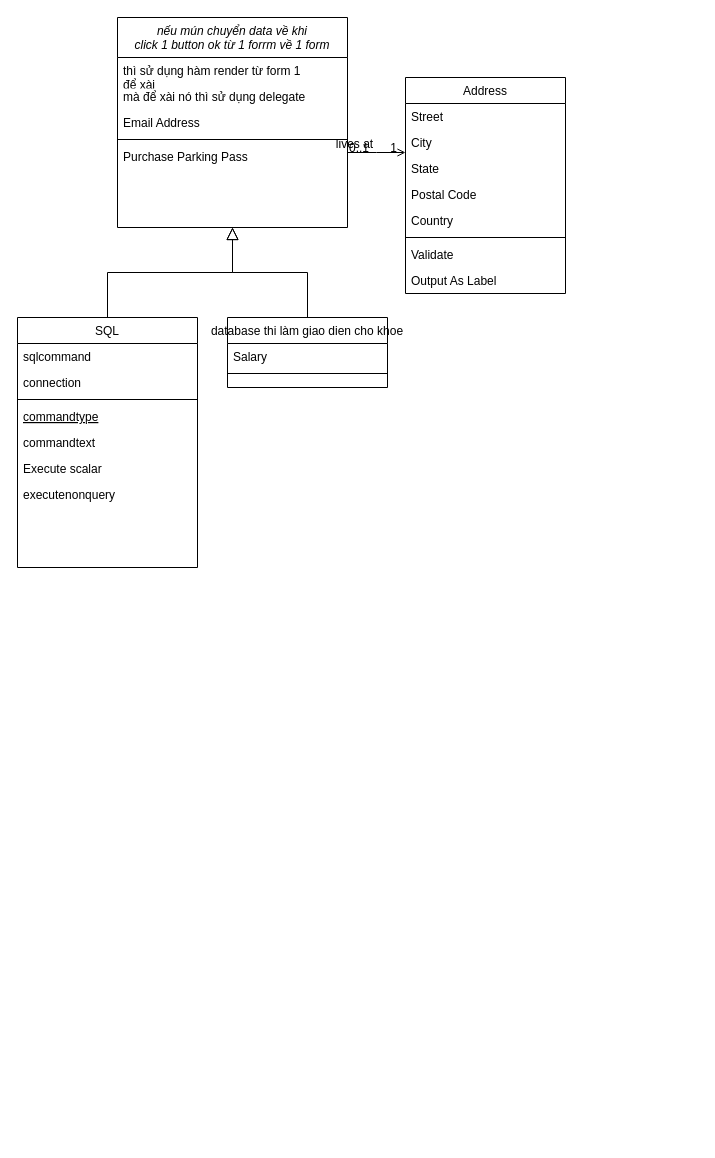
Above: Biểu đồ không có tiêu đề.drawio in nate-q-136/Huong-Dan-Lam-Web (draw.io), before the change. Source tidied: cells renumbered, new cells numbered last; positions are measured from the earlier drawing's top-left corner, leaving out a move shared by most shapes. Both pictures are drawn from the tidied source at 100%, with x=0, y=0 at pixel (17, 17).
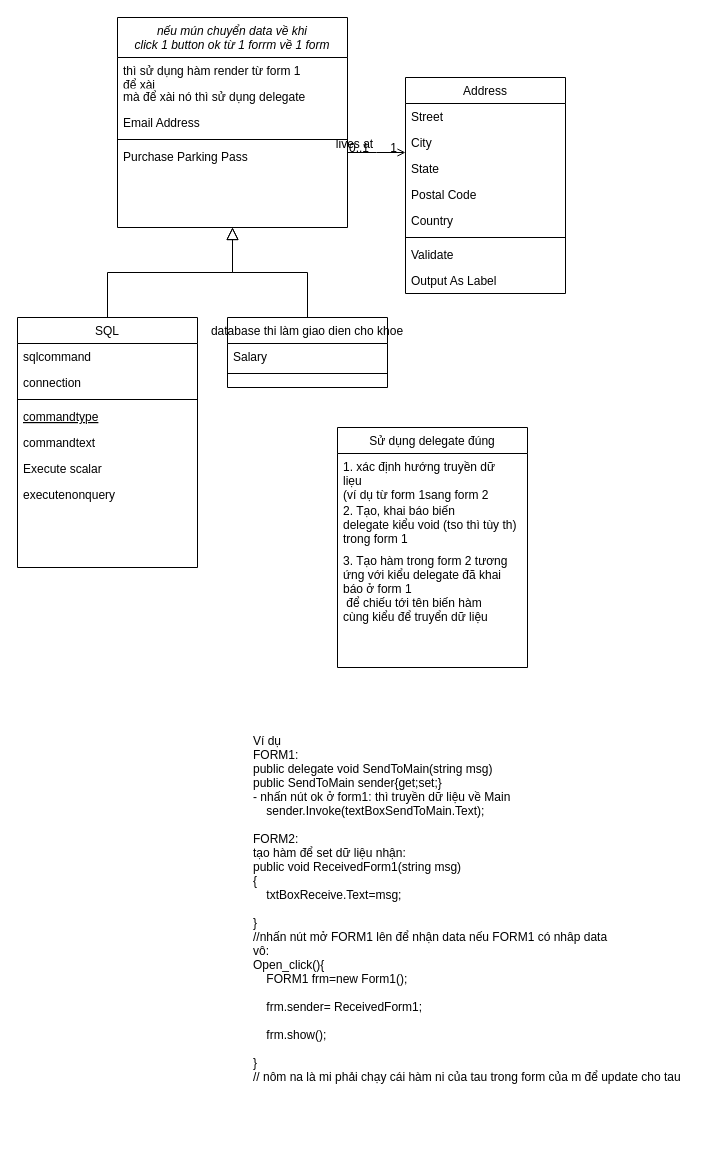
Above is the later version.

Commit message:
Cập nhật Biểu đồ không có tiêu đề.drawio

The edit, as a diff of the source:
```diff
@@
+    <mxCell id="34" value="Sử dụng delegate đúng" style="swimlane;fontStyle=0;align=center;verticalAlign=top;horizontal=1;startSize=26;rounded=0;shadow=0;strokeWidth=1;" parent="1" vertex="1">
+      <mxGeometry x="320" y="410" width="190" height="240" as="geometry" />
+    </mxCell>
+    <mxCell id="35" value="1. xác định hướng truyền dữ &#10;liẹu&#10;(ví dụ từ form 1sang form 2" style="text;align=left;verticalAlign=top;spacingLeft=4;spacingRight=4;overflow=hidden;" parent="34" vertex="1">
+      <mxGeometry y="26" width="190" height="44" as="geometry" />
+    </mxCell>
+    <mxCell id="36" value="2. Tạo, khai báo biến&#10;delegate kiểu void (tso thì tùy th)&#10;trong form 1" style="text;align=left;verticalAlign=top;spacingLeft=4;spacingRight=4;overflow=hidden;" parent="34" vertex="1">
+      <mxGeometry y="70" width="190" height="50" as="geometry" />
+    </mxCell>
+    <mxCell id="37" value="3. Tạo hàm trong form 2 tương &#10;ứng với kiểu delegate đã khai&#10;báo ở form 1&#10; để chiếu tới tên biến hàm &#10;cùng kiểu để truyển dữ liệu" style="text;align=left;verticalAlign=top;spacingLeft=4;spacingRight=4;overflow=hidden;" parent="34" vertex="1">
+      <mxGeometry y="120" width="190" height="116" as="geometry" />
+    </mxCell>
+    <mxCell id="38" value="Ví dụ&#10;FORM1:&#10;public delegate void SendToMain(string msg)&#10;public SendToMain sender{get;set;}&#10;- nhấn nút ok ở form1: thì truyền dữ liệu về Main&#10;    sender.Invoke(textBoxSendToMain.Text);&#10;&#10;FORM2:&#10;tạo hàm để set dữ liệu nhận:&#10;public void ReceivedForm1(string msg)&#10;{&#10;    txtBoxReceive.Text=msg;&#10;&#10;}&#10;//nhấn nút mở FORM1 lên để nhận data nếu FORM1 có nhâp data &#10;vô:&#10;Open_click(){&#10;    FORM1 frm=new Form1();&#10;&#10;    frm.sender= ReceivedForm1;&#10;&#10;    frm.show();&#10;&#10;}&#10;// nôm na là mi phải chạy cái hàm ni của tau trong form của m để update cho tau" style="text;align=left;verticalAlign=top;spacingLeft=4;spacingRight=4;overflow=hidden;" parent="1" vertex="1">
+      <mxGeometry x="230" y="710" width="450" height="410" as="geometry" />
+    </mxCell>
```
